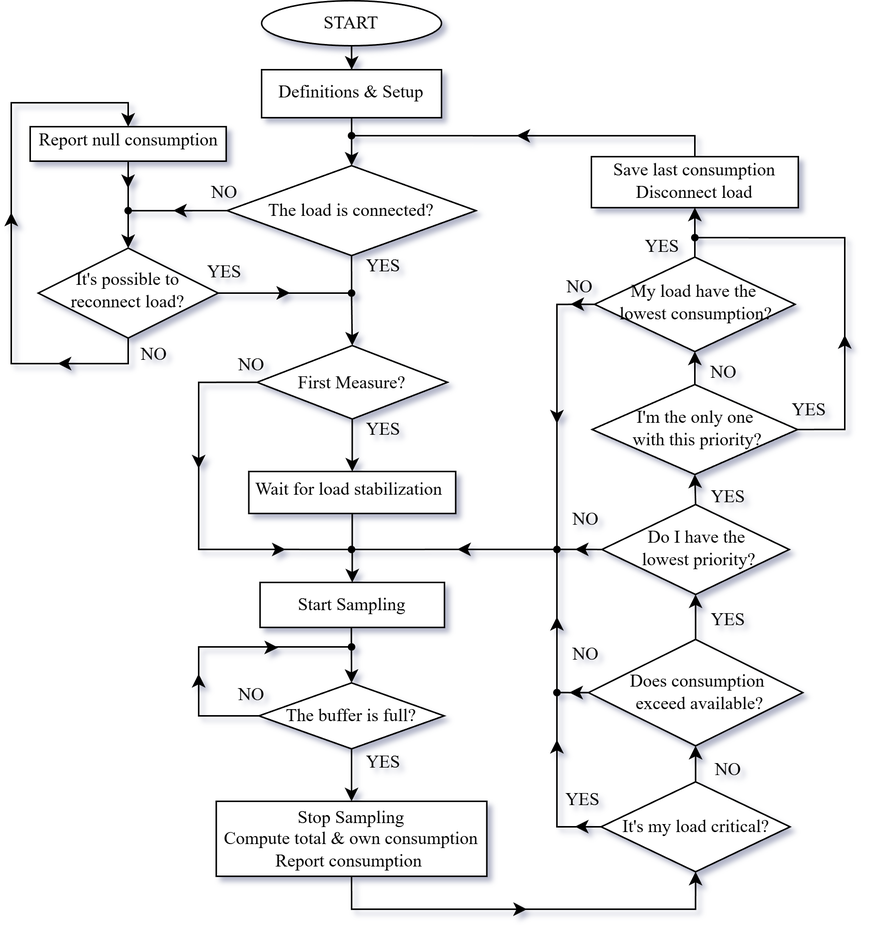
This is imagenes/Diagrama-Flujo.png from pabloesilva/Tesis_Ing_Computacion, a draw.io export, as it was before one commit. Source tidied: cells renumbered, new cells last; positions are measured from the earlier drawing's top-left corner, leaving out a move shared by most shapes.
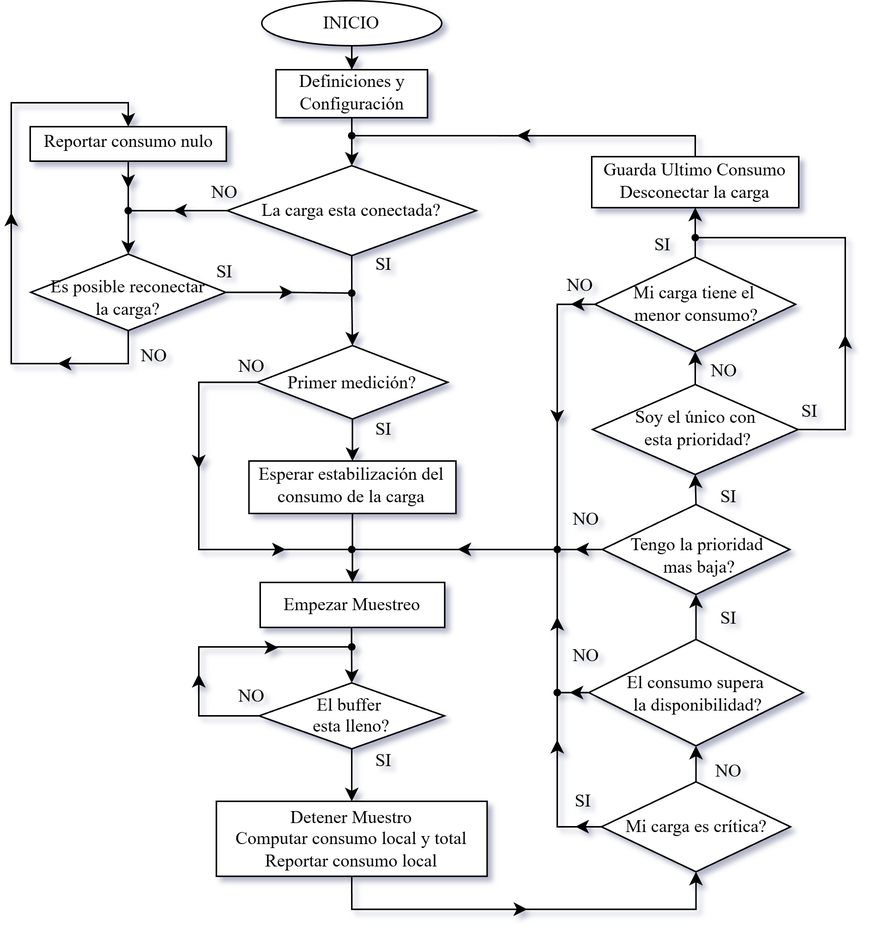
The same file after the commit.

Diff of the diagram source:
```diff
@@ -5,14 +5,14 @@
     <mxCell id="2" style="edgeStyle=orthogonalEdgeStyle;rounded=0;jettySize=auto;html=1;exitX=0.5;exitY=1;exitDx=0;exitDy=0;fontFamily=Times New Roman;" parent="1" edge="1" source="3" target="5">
       <mxGeometry relative="1" as="geometry" />
     </mxCell>
-    <mxCell id="3" value="START" style="ellipse;whiteSpace=wrap;html=1;fontFamily=Times New Roman;" parent="1" vertex="1">
+    <mxCell id="3" value="INICIO" style="ellipse;whiteSpace=wrap;html=1;fontFamily=Times New Roman;" parent="1" vertex="1">
       <mxGeometry x="167" width="120" height="30" as="geometry" />
     </mxCell>
     <mxCell id="4" style="edgeStyle=orthogonalEdgeStyle;rounded=0;jettySize=auto;html=1;fontFamily=Times New Roman;" parent="1" edge="1" source="5" target="8">
       <mxGeometry relative="1" as="geometry" />
     </mxCell>
-    <mxCell id="5" value="Definitions &amp;amp; Setup" style="rounded=0;whiteSpace=wrap;html=1;fontFamily=Times New Roman;spacingBottom=2;" parent="1" vertex="1">
-      <mxGeometry x="167" y="46" width="120" height="32" as="geometry" />
+    <mxCell id="5" value="Definiciones y Configuración" style="rounded=0;whiteSpace=wrap;html=1;fontFamily=Times New Roman;spacingBottom=2;" parent="1" vertex="1">
+      <mxGeometry x="176.5" y="46" width="101" height="32" as="geometry" />
     </mxCell>
     <mxCell id="6" style="edgeStyle=orthogonalEdgeStyle;rounded=0;jettySize=auto;html=1;exitX=0.5;exitY=1;exitDx=0;exitDy=0;entryX=0.5;entryY=0;entryDx=0;entryDy=0;fontFamily=Times New Roman;" parent="1" edge="1" source="8" target="11">
       <mxGeometry relative="1" as="geometry" />
@@ -24,7 +24,7 @@
         </Array>
       </mxGeometry>
     </mxCell>
-    <mxCell id="8" value="The load is connected&lt;span style=&quot;background-color: transparent; color: light-dark(rgb(0, 0, 0), rgb(255, 255, 255));&quot;&gt;?&lt;/span&gt;" style="rhombus;whiteSpace=wrap;html=1;rounded=0;fontFamily=Times New Roman;" parent="1" vertex="1">
+    <mxCell id="8" value="La carga esta conectada&lt;span style=&quot;background-color: transparent; color: light-dark(rgb(0, 0, 0), rgb(255, 255, 255));&quot;&gt;?&lt;/span&gt;" style="rhombus;whiteSpace=wrap;html=1;rounded=0;fontFamily=Times New Roman;" parent="1" vertex="1">
       <mxGeometry x="144" y="110" width="166" height="60" as="geometry" />
     </mxCell>
     <mxCell id="9" style="edgeStyle=orthogonalEdgeStyle;rounded=0;jettySize=auto;html=1;exitX=0.5;exitY=1;exitDx=0;exitDy=0;entryX=0.5;entryY=0;entryDx=0;entryDy=0;fontFamily=Times New Roman;" parent="1" edge="1" source="11" target="13">
@@ -39,14 +39,14 @@
         </Array>
       </mxGeometry>
     </mxCell>
-    <mxCell id="11" value="First Measure&lt;span style=&quot;background-color: transparent; color: light-dark(rgb(0, 0, 0), rgb(255, 255, 255));&quot;&gt;?&lt;/span&gt;" style="rhombus;whiteSpace=wrap;html=1;rounded=0;fontFamily=Times New Roman;" parent="1" vertex="1">
+    <mxCell id="11" value="Primer medición?" style="rhombus;whiteSpace=wrap;html=1;rounded=0;fontFamily=Times New Roman;" parent="1" vertex="1">
       <mxGeometry x="164" y="230" width="127" height="49" as="geometry" />
     </mxCell>
     <mxCell id="12" style="edgeStyle=orthogonalEdgeStyle;rounded=0;jettySize=auto;html=1;exitX=0.5;exitY=1;exitDx=0;exitDy=0;entryX=0.5;entryY=0;entryDx=0;entryDy=0;fontFamily=Times New Roman;" parent="1" edge="1" source="13" target="49">
       <mxGeometry relative="1" as="geometry" />
     </mxCell>
-    <mxCell id="13" value="Wait for load&amp;nbsp;stabilization&amp;nbsp;" style="whiteSpace=wrap;html=1;rounded=0;fontFamily=Times New Roman;spacingBottom=4;" parent="1" vertex="1">
-      <mxGeometry x="158.5" y="314" width="138" height="28" as="geometry" />
+    <mxCell id="13" value="Esperar estabilización del consumo de la carga" style="whiteSpace=wrap;html=1;rounded=0;fontFamily=Times New Roman;spacingBottom=4;" parent="1" vertex="1">
+      <mxGeometry x="158.5" y="307" width="138" height="35" as="geometry" />
     </mxCell>
     <mxCell id="14" style="edgeStyle=orthogonalEdgeStyle;rounded=0;jettySize=auto;html=1;exitX=0.5;exitY=1;exitDx=0;exitDy=0;entryX=0.5;entryY=0;entryDx=0;entryDy=0;fontFamily=Times New Roman;" parent="1" edge="1" source="16" target="18">
       <mxGeometry relative="1" as="geometry" />
@@ -61,7 +61,7 @@
         </Array>
       </mxGeometry>
     </mxCell>
-    <mxCell id="16" value="The buffer is full?" style="rhombus;whiteSpace=wrap;html=1;rounded=0;fontFamily=Times New Roman;" parent="1" vertex="1">
+    <mxCell id="16" value="&lt;div style=&quot;line-height: 110%;&quot;&gt;El buffer&amp;nbsp;&lt;div&gt;esta lleno?&lt;/div&gt;&lt;/div&gt;" style="rhombus;whiteSpace=wrap;html=1;rounded=0;fontFamily=Times New Roman;" parent="1" vertex="1">
       <mxGeometry x="165.2" y="455" width="123.5" height="44" as="geometry" />
     </mxCell>
     <mxCell id="17" style="edgeStyle=orthogonalEdgeStyle;rounded=0;jettySize=auto;html=1;exitX=0.5;exitY=1;exitDx=0;exitDy=0;entryX=0.5;entryY=1;entryDx=0;entryDy=0;fontFamily=Times New Roman;" parent="1" edge="1" source="18" target="52">
@@ -73,7 +73,7 @@
         </Array>
       </mxGeometry>
     </mxCell>
-    <mxCell id="18" value="Stop Sampling&lt;br&gt;&lt;div&gt;&lt;span style=&quot;background-color: transparent; color: light-dark(rgb(0, 0, 0), rgb(255, 255, 255));&quot;&gt;Compute total &amp;amp; own consumption Report&amp;nbsp;&lt;/span&gt;&lt;span style=&quot;background-color: transparent; color: light-dark(rgb(0, 0, 0), rgb(255, 255, 255));&quot;&gt;consumption&lt;/span&gt;&lt;span style=&quot;background-color: transparent; color: light-dark(rgb(0, 0, 0), rgb(255, 255, 255));&quot;&gt;&amp;nbsp;&lt;/span&gt;&lt;/div&gt;" style="whiteSpace=wrap;html=1;rounded=0;fontFamily=Times New Roman;" parent="1" vertex="1">
+    <mxCell id="18" value="Detener Muestro&lt;br&gt;&lt;div&gt;Computar consumo local y total&lt;/div&gt;&lt;div&gt;Reportar consumo local&lt;/div&gt;" style="whiteSpace=wrap;html=1;rounded=0;fontFamily=Times New Roman;" parent="1" vertex="1">
       <mxGeometry x="136.8" y="534" width="180.5" height="50" as="geometry" />
     </mxCell>
     <mxCell id="19" style="edgeStyle=orthogonalEdgeStyle;rounded=0;jettySize=auto;html=1;entryX=0.5;entryY=1;entryDx=0;entryDy=0;fontFamily=Times New Roman;exitX=0.5;exitY=0;exitDx=0;exitDy=0;" parent="1" edge="1" source="21" target="24">
@@ -84,7 +84,7 @@
         <mxPoint x="364" y="462" as="targetPoint" />
       </mxGeometry>
     </mxCell>
-    <mxCell id="21" value="Does consumption&amp;nbsp;&lt;div&gt;exceed available?&lt;/div&gt;" style="rhombus;whiteSpace=wrap;html=1;rounded=0;fontFamily=Times New Roman;spacingBottom=6;spacingTop=6;spacingLeft=6;" parent="1" vertex="1">
+    <mxCell id="21" value="El consumo supera&amp;nbsp;&lt;div&gt;la disponibilidad?&lt;/div&gt;" style="rhombus;whiteSpace=wrap;html=1;rounded=0;fontFamily=Times New Roman;spacingBottom=6;spacingTop=6;spacingLeft=3;" parent="1" vertex="1">
       <mxGeometry x="385" y="426" width="143" height="71" as="geometry" />
     </mxCell>
     <mxCell id="22" style="edgeStyle=orthogonalEdgeStyle;rounded=0;jettySize=auto;html=1;entryX=0.5;entryY=1;entryDx=0;entryDy=0;fontFamily=Times New Roman;exitX=0.5;exitY=0;exitDx=0;exitDy=0;" parent="1" edge="1" source="24" target="27">
@@ -95,7 +95,7 @@
         <mxPoint x="364" y="388" as="targetPoint" />
       </mxGeometry>
     </mxCell>
-    <mxCell id="24" value="&lt;div&gt;&lt;span style=&quot;background-color: transparent; color: light-dark(rgb(0, 0, 0), rgb(255, 255, 255));&quot;&gt;Do I have the&amp;nbsp;&lt;/span&gt;&lt;/div&gt;&lt;div&gt;&lt;span style=&quot;background-color: transparent; color: light-dark(rgb(0, 0, 0), rgb(255, 255, 255));&quot;&gt;lowest priority&lt;/span&gt;&lt;span style=&quot;background-color: transparent; color: light-dark(rgb(0, 0, 0), rgb(255, 255, 255));&quot;&gt;?&lt;/span&gt;&lt;/div&gt;" style="rhombus;whiteSpace=wrap;html=1;rounded=0;fontFamily=Times New Roman;spacing=0;spacingBottom=3;spacingLeft=5;" parent="1" vertex="1">
+    <mxCell id="24" value="&lt;div&gt;Tengo la&amp;nbsp;&lt;span style=&quot;background-color: transparent; color: light-dark(rgb(0, 0, 0), rgb(255, 255, 255));&quot;&gt;prioridad&amp;nbsp;&lt;/span&gt;&lt;/div&gt;&lt;div&gt;mas baja?&lt;/div&gt;" style="rhombus;whiteSpace=wrap;html=1;rounded=0;fontFamily=Times New Roman;spacing=0;spacingBottom=3;spacingLeft=5;spacingTop=10;" parent="1" vertex="1">
       <mxGeometry x="394" y="336" width="125" height="60" as="geometry" />
     </mxCell>
     <mxCell id="25" style="edgeStyle=orthogonalEdgeStyle;rounded=0;jettySize=auto;html=1;exitX=0.5;exitY=0;exitDx=0;exitDy=0;fontFamily=Times New Roman;entryX=0.5;entryY=1;entryDx=0;entryDy=0;" parent="1" edge="1" source="27" target="30">
@@ -110,7 +110,7 @@
         </Array>
       </mxGeometry>
     </mxCell>
-    <mxCell id="27" value="&lt;div&gt;I'm the only one&amp;nbsp;&lt;/div&gt;&lt;div&gt;with this priority?&lt;/div&gt;" style="rhombus;whiteSpace=wrap;html=1;rounded=0;fontFamily=Times New Roman;spacingBottom=2;spacingLeft=3;" parent="1" vertex="1">
+    <mxCell id="27" value="&lt;div&gt;Soy el único con&amp;nbsp;&lt;/div&gt;&lt;div&gt;esta prioridad?&lt;/div&gt;" style="rhombus;whiteSpace=wrap;html=1;rounded=0;fontFamily=Times New Roman;spacingBottom=2;spacingLeft=3;" parent="1" vertex="1">
       <mxGeometry x="387.5" y="256" width="137" height="60" as="geometry" />
     </mxCell>
     <mxCell id="28" style="edgeStyle=orthogonalEdgeStyle;rounded=0;jettySize=auto;html=1;fontFamily=Times New Roman;exitX=0.5;exitY=0;exitDx=0;exitDy=0;entryX=0.5;entryY=1;entryDx=0;entryDy=0;" parent="1" edge="1" source="30" target="32">
@@ -124,7 +124,7 @@
         </Array>
       </mxGeometry>
     </mxCell>
-    <mxCell id="30" value="&lt;div&gt;&lt;span style=&quot;background-color: transparent; color: light-dark(rgb(0, 0, 0), rgb(255, 255, 255));&quot;&gt;My load have the&amp;nbsp;&lt;/span&gt;&lt;/div&gt;&lt;div&gt;&lt;span style=&quot;background-color: transparent; color: light-dark(rgb(0, 0, 0), rgb(255, 255, 255));&quot;&gt;lowest consumption?&lt;/span&gt;&lt;/div&gt;" style="rhombus;whiteSpace=wrap;html=1;rounded=0;fontFamily=Times New Roman;spacingBottom=4;spacingLeft=2;" parent="1" vertex="1">
+    <mxCell id="30" value="&lt;div&gt;Mi carga tiene el&amp;nbsp;&lt;/div&gt;&lt;div&gt;menor consumo?&lt;/div&gt;" style="rhombus;whiteSpace=wrap;html=1;rounded=0;fontFamily=Times New Roman;spacingBottom=4;spacingLeft=2;spacingTop=3;" parent="1" vertex="1">
       <mxGeometry x="389.1" y="171" width="133.8" height="63" as="geometry" />
     </mxCell>
     <mxCell id="31" style="edgeStyle=orthogonalEdgeStyle;rounded=0;jettySize=auto;html=1;exitX=0.5;exitY=0;exitDx=0;exitDy=0;endArrow=oval;endFill=1;fontFamily=Times New Roman;endSize=4;" parent="1" edge="1" source="32">
@@ -135,7 +135,7 @@
         </Array>
       </mxGeometry>
     </mxCell>
-    <mxCell id="32" value="&lt;div&gt;Save last consumption&lt;br&gt;Disconnect load&lt;/div&gt;" style="whiteSpace=wrap;html=1;rounded=0;fontFamily=Times New Roman;spacingBottom=2;" parent="1" vertex="1">
+    <mxCell id="32" value="&lt;div&gt;Guarda Ultimo Consumo&lt;/div&gt;&lt;div&gt;Desconectar la carga&lt;/div&gt;" style="whiteSpace=wrap;html=1;rounded=0;fontFamily=Times New Roman;spacingBottom=2;" parent="1" vertex="1">
       <mxGeometry x="387" y="104" width="138" height="34" as="geometry" />
     </mxCell>
     <mxCell id="33" style="edgeStyle=orthogonalEdgeStyle;rounded=0;jettySize=auto;html=1;endArrow=none;endFill=0;entryX=0.5;entryY=1;entryDx=0;entryDy=0;startArrow=classic;startFill=1;fontFamily=Times New Roman;exitX=0.5;exitY=0;exitDx=0;exitDy=0;" parent="1" edge="1" source="68" target="34">
@@ -148,11 +148,11 @@
         </Array>
       </mxGeometry>
     </mxCell>
-    <mxCell id="34" value="&lt;div&gt;&lt;span style=&quot;background-color: transparent; color: light-dark(rgb(0, 0, 0), rgb(255, 255, 255));&quot;&gt;It's possible to reconnect load?&lt;/span&gt;&lt;/div&gt;" style="rhombus;whiteSpace=wrap;html=1;rounded=0;spacingBottom=8;fontFamily=Times New Roman;spacingTop=5;" parent="1" vertex="1">
-      <mxGeometry x="18" y="165" width="120" height="60" as="geometry" />
+    <mxCell id="34" value="&lt;div&gt;&lt;span style=&quot;background-color: transparent; color: light-dark(rgb(0, 0, 0), rgb(255, 255, 255));&quot;&gt;Es posible reconectar &lt;br&gt;la carga?&lt;/span&gt;&lt;/div&gt;" style="rhombus;whiteSpace=wrap;html=1;rounded=0;spacingBottom=8;fontFamily=Times New Roman;spacingTop=14;" parent="1" vertex="1">
+      <mxGeometry x="13" y="169" width="130" height="51" as="geometry" />
     </mxCell>
-    <mxCell id="35" value="YES" style="text;html=1;align=center;verticalAlign=middle;strokeColor=none;fillColor=none;fontFamily=Times New Roman;" parent="1" vertex="1">
-      <mxGeometry x="227" y="163" width="42" height="27" as="geometry" />
+    <mxCell id="35" value="SI" style="text;html=1;align=center;verticalAlign=middle;strokeColor=none;fillColor=none;fontFamily=Times New Roman;" parent="1" vertex="1">
+      <mxGeometry x="233" y="163" width="30" height="27" as="geometry" />
     </mxCell>
     <mxCell id="36" value="NO" style="text;html=1;align=center;verticalAlign=middle;strokeColor=none;fillColor=none;fontFamily=Times New Roman;" parent="1" vertex="1">
       <mxGeometry x="124" y="114" width="36" height="27" as="geometry" />
@@ -160,29 +160,29 @@
     <mxCell id="37" value="NO" style="text;html=1;align=center;verticalAlign=middle;strokeColor=none;fillColor=none;fontFamily=Times New Roman;" parent="1" vertex="1">
       <mxGeometry x="142" y="230" width="36" height="27" as="geometry" />
     </mxCell>
-    <mxCell id="38" value="YES" style="text;html=1;align=center;verticalAlign=middle;strokeColor=none;fillColor=none;fontFamily=Times New Roman;" parent="1" vertex="1">
-      <mxGeometry x="227" y="272.5" width="42" height="27" as="geometry" />
+    <mxCell id="38" value="SI" style="text;html=1;align=center;verticalAlign=middle;strokeColor=none;fillColor=none;fontFamily=Times New Roman;" parent="1" vertex="1">
+      <mxGeometry x="233" y="272.5" width="30" height="27" as="geometry" />
     </mxCell>
     <mxCell id="39" value="NO" style="text;html=1;align=center;verticalAlign=middle;strokeColor=none;fillColor=none;fontFamily=Times New Roman;" parent="1" vertex="1">
       <mxGeometry x="142" y="450" width="36" height="27" as="geometry" />
     </mxCell>
-    <mxCell id="40" value="YES" style="text;html=1;align=center;verticalAlign=middle;strokeColor=none;fillColor=none;fontFamily=Times New Roman;" parent="1" vertex="1">
-      <mxGeometry x="227" y="494" width="42" height="27" as="geometry" />
+    <mxCell id="40" value="SI" style="text;html=1;align=center;verticalAlign=middle;strokeColor=none;fillColor=none;fontFamily=Times New Roman;" parent="1" vertex="1">
+      <mxGeometry x="233" y="494" width="30" height="27" as="geometry" />
     </mxCell>
     <mxCell id="41" value="NO" style="text;html=1;align=center;verticalAlign=middle;strokeColor=none;fillColor=none;fontFamily=Times New Roman;" parent="1" vertex="1">
       <mxGeometry x="365" y="423" width="36" height="27" as="geometry" />
     </mxCell>
-    <mxCell id="42" value="YES" style="text;html=1;align=center;verticalAlign=middle;strokeColor=none;fillColor=none;fontFamily=Times New Roman;" parent="1" vertex="1">
-      <mxGeometry x="457" y="317" width="42" height="27" as="geometry" />
+    <mxCell id="42" value="SI" style="text;html=1;align=center;verticalAlign=middle;strokeColor=none;fillColor=none;fontFamily=Times New Roman;" parent="1" vertex="1">
+      <mxGeometry x="463" y="317" width="30" height="27" as="geometry" />
     </mxCell>
-    <mxCell id="43" value="YES" style="text;html=1;align=center;verticalAlign=middle;strokeColor=none;fillColor=none;fontFamily=Times New Roman;" parent="1" vertex="1">
-      <mxGeometry x="457" y="399" width="42" height="27" as="geometry" />
+    <mxCell id="43" value="SI" style="text;html=1;align=center;verticalAlign=middle;strokeColor=none;fillColor=none;fontFamily=Times New Roman;" parent="1" vertex="1">
+      <mxGeometry x="463" y="399" width="30" height="27" as="geometry" />
     </mxCell>
-    <mxCell id="44" value="YES" style="text;html=1;align=center;verticalAlign=middle;strokeColor=none;fillColor=none;fontFamily=Times New Roman;" parent="1" vertex="1">
-      <mxGeometry x="511" y="260" width="42" height="27" as="geometry" />
+    <mxCell id="44" value="SI" style="text;html=1;align=center;verticalAlign=middle;strokeColor=none;fillColor=none;fontFamily=Times New Roman;" parent="1" vertex="1">
+      <mxGeometry x="517" y="260" width="30" height="27" as="geometry" />
     </mxCell>
-    <mxCell id="45" value="YES" style="text;html=1;align=center;verticalAlign=middle;strokeColor=none;fillColor=none;fontFamily=Times New Roman;" parent="1" vertex="1">
-      <mxGeometry x="413" y="150" width="42" height="27" as="geometry" />
+    <mxCell id="45" value="SI" style="text;html=1;align=center;verticalAlign=middle;strokeColor=none;fillColor=none;fontFamily=Times New Roman;" parent="1" vertex="1">
+      <mxGeometry x="419" y="150" width="30" height="27" as="geometry" />
     </mxCell>
     <mxCell id="46" value="NO" style="text;html=1;align=center;verticalAlign=middle;strokeColor=none;fillColor=none;fontFamily=Times New Roman;" parent="1" vertex="1">
       <mxGeometry x="457" y="234" width="36" height="27" as="geometry" />
@@ -193,7 +193,7 @@
     <mxCell id="48" value="NO" style="text;html=1;align=center;verticalAlign=middle;strokeColor=none;fillColor=none;fontFamily=Times New Roman;" parent="1" vertex="1">
       <mxGeometry x="77" y="223" width="36" height="27" as="geometry" />
     </mxCell>
-    <mxCell id="49" value="Start Sampling" style="whiteSpace=wrap;html=1;rounded=0;fontFamily=Times New Roman;" parent="1" vertex="1">
+    <mxCell id="49" value="Empezar Muestreo" style="whiteSpace=wrap;html=1;rounded=0;fontFamily=Times New Roman;" parent="1" vertex="1">
       <mxGeometry x="166" y="388" width="123" height="30" as="geometry" />
     </mxCell>
     <mxCell id="50" style="edgeStyle=orthogonalEdgeStyle;rounded=0;jettySize=auto;html=1;exitX=0.5;exitY=0;exitDx=0;exitDy=0;entryX=0.5;entryY=1;entryDx=0;entryDy=0;fontFamily=Times New Roman;" parent="1" edge="1" source="52" target="21">
@@ -207,14 +207,14 @@
         </Array>
       </mxGeometry>
     </mxCell>
-    <mxCell id="52" value="&lt;div&gt;&lt;span style=&quot;background-color: transparent; color: light-dark(rgb(0, 0, 0), rgb(255, 255, 255));&quot;&gt;It's my load critical&lt;/span&gt;?&lt;/div&gt;" style="rhombus;whiteSpace=wrap;html=1;rounded=0;fontFamily=Times New Roman;" parent="1" vertex="1">
+    <mxCell id="52" value="&lt;div&gt;Mi carga es crítica?&lt;/div&gt;" style="rhombus;whiteSpace=wrap;html=1;rounded=0;fontFamily=Times New Roman;" parent="1" vertex="1">
       <mxGeometry x="393.5" y="521" width="126" height="60" as="geometry" />
     </mxCell>
     <mxCell id="53" value="NO" style="text;html=1;align=center;verticalAlign=middle;strokeColor=none;fillColor=none;fontFamily=Times New Roman;" parent="1" vertex="1">
       <mxGeometry x="460" y="500" width="36" height="27" as="geometry" />
     </mxCell>
-    <mxCell id="54" value="YES" style="text;html=1;align=center;verticalAlign=middle;strokeColor=none;fillColor=none;fontFamily=Times New Roman;" parent="1" vertex="1">
-      <mxGeometry x="360" y="520" width="42" height="27" as="geometry" />
+    <mxCell id="54" value="SI" style="text;html=1;align=center;verticalAlign=middle;strokeColor=none;fillColor=none;fontFamily=Times New Roman;" parent="1" vertex="1">
+      <mxGeometry x="366" y="520" width="30" height="27" as="geometry" />
     </mxCell>
     <mxCell id="55" style="edgeStyle=orthogonalEdgeStyle;rounded=0;jettySize=auto;html=1;entryX=0.5;entryY=0;entryDx=0;entryDy=0;exitX=0.495;exitY=1.001;exitDx=0;exitDy=0;fontFamily=Times New Roman;exitPerimeter=0;" parent="1" edge="1" source="49" target="16">
       <mxGeometry relative="1" as="geometry" />
@@ -260,8 +260,8 @@
     </mxCell>
     <mxCell id="62" style="endArrow=classic;html=1;rounded=0;endFill=1;strokeWidth=1;endSize=6;" parent="1" edge="1">
       <mxGeometry relative="1" as="geometry">
-        <mxPoint x="181" y="194.9" as="sourcePoint" />
-        <mxPoint x="186" y="194.9" as="targetPoint" />
+        <mxPoint x="183" y="194.5" as="sourcePoint" />
+        <mxPoint x="188" y="194.5" as="targetPoint" />
       </mxGeometry>
     </mxCell>
     <mxCell id="63" style="endArrow=classic;html=1;rounded=0;endFill=1;strokeWidth=1;endSize=6;" parent="1" edge="1">
@@ -294,7 +294,7 @@
         <mxPoint x="364" y="493" as="targetPoint" />
       </mxGeometry>
     </mxCell>
-    <mxCell id="68" value="Report null consumption" style="whiteSpace=wrap;html=1;rounded=0;fontFamily=Times New Roman;spacingBottom=4;" parent="1" vertex="1">
+    <mxCell id="68" value="Reportar consumo nulo" style="whiteSpace=wrap;html=1;rounded=0;fontFamily=Times New Roman;spacingBottom=4;" parent="1" vertex="1">
       <mxGeometry x="12.6" y="84" width="130.8" height="23" as="geometry" />
     </mxCell>
     <mxCell id="69" style="edgeStyle=orthogonalEdgeStyle;rounded=0;jettySize=auto;html=1;fontFamily=Times New Roman;endArrow=oval;endFill=1;endSize=4;exitX=0.5;exitY=1;exitDx=0;exitDy=0;" parent="1" edge="1" source="68">
@@ -318,8 +318,8 @@
         <mxPoint x="31" y="242" as="targetPoint" />
       </mxGeometry>
     </mxCell>
-    <mxCell id="72" value="YES" style="text;html=1;align=center;verticalAlign=middle;strokeColor=none;fillColor=none;fontFamily=Times New Roman;" parent="1" vertex="1">
-      <mxGeometry x="121" y="167" width="42" height="27" as="geometry" />
+    <mxCell id="72" value="SI" style="text;html=1;align=center;verticalAlign=middle;strokeColor=none;fillColor=none;fontFamily=Times New Roman;" parent="1" vertex="1">
+      <mxGeometry x="127" y="167" width="30" height="27" as="geometry" />
     </mxCell>
     <mxCell id="73" value="NO" style="text;html=1;align=center;verticalAlign=middle;strokeColor=none;fillColor=none;fontFamily=Times New Roman;" parent="1" vertex="1">
       <mxGeometry x="365" y="332" width="36" height="27" as="geometry" />
```
